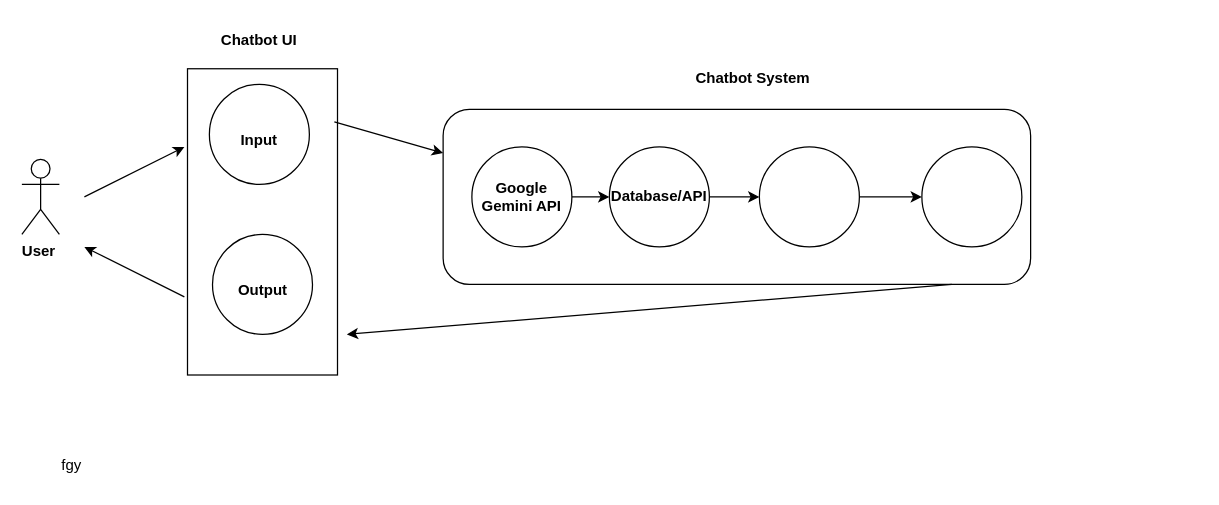
Before: uml.drawio in Ansh1803/Digram, a draw.io diagram. Source tidied: cells renumbered, new cells numbered last; positions are measured from the earlier drawing's top-left corner, leaving out a move shared by most shapes. Both pictures are drawn from the tidied source at 125%, with x=0, y=0 at pixel (21, 21).
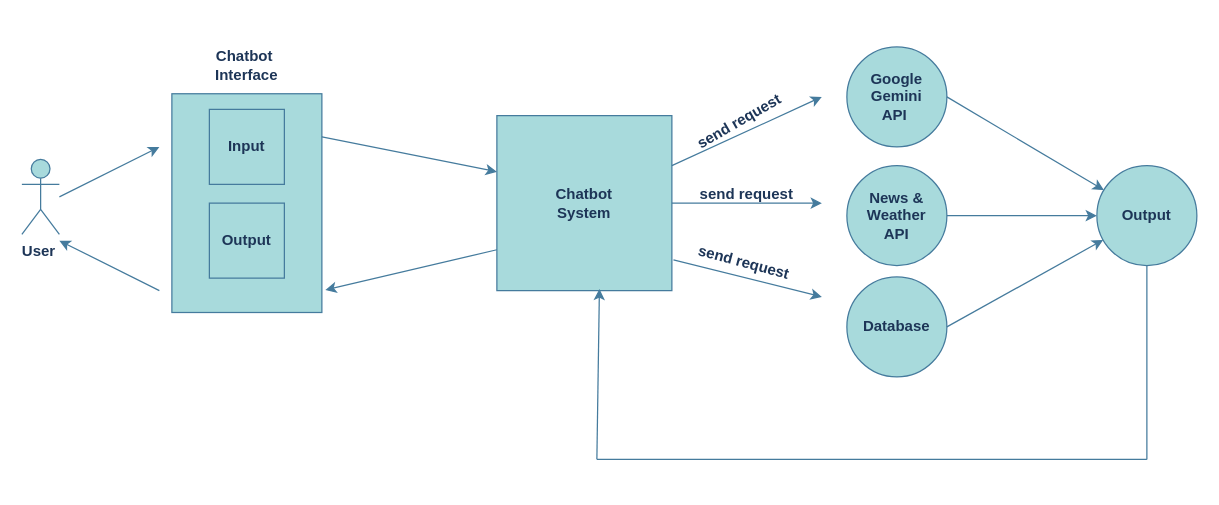
The same page after the edit.

Change to the diagram source:
```diff
@@
-    <mxCell id="2" value="&lt;b&gt;User&amp;nbsp;&lt;/b&gt;" style="shape=umlActor;verticalLabelPosition=bottom;verticalAlign=top;html=1;gradientColor=none;" parent="1" vertex="1">
+    <mxCell id="2" value="&lt;b&gt;User&amp;nbsp;&lt;/b&gt;" style="shape=umlActor;verticalLabelPosition=bottom;verticalAlign=top;html=1;labelBackgroundColor=none;fillColor=#A8DADC;strokeColor=#457B9D;fontColor=#1D3557;" parent="1" vertex="1">
       <mxGeometry y="110" width="30" height="60" as="geometry" />
     </mxCell>
-    <mxCell id="3" style="rounded=1;whiteSpace=wrap;html=1;" parent="1" vertex="1">
-      <mxGeometry x="337" y="70" width="470" height="140" as="geometry" />
-    </mxCell>
-    <mxCell id="4" style="edgeStyle=orthogonalEdgeStyle;rounded=0;jettySize=auto;html=1;" parent="1" edge="1" source="5" target="7">
-      <mxGeometry relative="1" as="geometry" />
-    </mxCell>
-    <mxCell id="5" style="ellipse;whiteSpace=wrap;html=1;" parent="1" vertex="1">
-      <mxGeometry x="360" y="100" width="80" height="80" as="geometry" />
-    </mxCell>
-    <mxCell id="6" style="edgeStyle=orthogonalEdgeStyle;rounded=0;jettySize=auto;html=1;" parent="1" edge="1" source="7" target="9">
-      <mxGeometry relative="1" as="geometry" />
-    </mxCell>
-    <mxCell id="7" style="ellipse;whiteSpace=wrap;html=1;" parent="1" vertex="1">
-      <mxGeometry x="470" y="100" width="80" height="80" as="geometry" />
-    </mxCell>
-    <mxCell id="8" style="edgeStyle=orthogonalEdgeStyle;rounded=0;jettySize=auto;html=1;" parent="1" edge="1" source="9" target="10">
-      <mxGeometry relative="1" as="geometry" />
-    </mxCell>
-    <mxCell id="9" style="ellipse;whiteSpace=wrap;html=1;" parent="1" vertex="1">
-      <mxGeometry x="590" y="100" width="80" height="80" as="geometry" />
-    </mxCell>
-    <mxCell id="10" style="ellipse;whiteSpace=wrap;html=1;" parent="1" vertex="1">
-      <mxGeometry x="720" y="100" width="80" height="80" as="geometry" />
-    </mxCell>
-    <mxCell id="11" style="endArrow=classic;html=1;rounded=0;" parent="1" edge="1">
+    <mxCell id="11" style="endArrow=classic;html=1;rounded=0;labelBackgroundColor=none;strokeColor=#457B9D;fontColor=default;" parent="1" edge="1">
       <mxGeometry relative="1" as="geometry">
-        <mxPoint x="50" y="140" as="sourcePoint" />
-        <mxPoint x="130" y="100" as="targetPoint" />
+        <mxPoint x="30" y="140" as="sourcePoint" />
+        <mxPoint x="110" y="100" as="targetPoint" />
       </mxGeometry>
     </mxCell>
-    <mxCell id="12" style="rounded=0;whiteSpace=wrap;html=1;rotation=90;" parent="1" vertex="1">
-      <mxGeometry x="70" y="100" width="245" height="120" as="geometry" />
-    </mxCell>
-    <mxCell id="13" style="ellipse;whiteSpace=wrap;html=1;" parent="1" vertex="1">
-      <mxGeometry x="150" y="50" width="80" height="80" as="geometry" />
-    </mxCell>
-    <mxCell id="14" style="ellipse;whiteSpace=wrap;html=1;" parent="1" vertex="1">
-      <mxGeometry x="152.5" y="170" width="80" height="80" as="geometry" />
-    </mxCell>
-    <mxCell id="15" style="endArrow=classic;html=1;rounded=0;" parent="1" edge="1">
+    <mxCell id="15" style="endArrow=classic;html=1;rounded=0;labelBackgroundColor=none;strokeColor=#457B9D;fontColor=default;" parent="1" edge="1">
       <mxGeometry relative="1" as="geometry">
-        <mxPoint x="130" y="220" as="sourcePoint" />
-        <mxPoint x="50" y="180" as="targetPoint" />
+        <mxPoint x="110" y="215" as="sourcePoint" />
+        <mxPoint x="30" y="175" as="targetPoint" />
       </mxGeometry>
     </mxCell>
+    <mxCell id="25" style="whiteSpace=wrap;html=1;strokeColor=#457B9D;fontColor=#1D3557;fillColor=#A8DADC;" parent="1" vertex="1">
+      <mxGeometry x="380" y="75" width="140" height="140" as="geometry" />
+    </mxCell>
+    <mxCell id="20" value="&lt;b&gt;Chatbot&lt;/b&gt;&lt;div&gt;&lt;b&gt;System&lt;/b&gt;&lt;/div&gt;" style="text;html=1;align=center;verticalAlign=middle;whiteSpace=wrap;rounded=0;fontColor=#1D3557;" parent="1" vertex="1">
+      <mxGeometry x="420" y="130" width="60" height="30" as="geometry" />
+    </mxCell>
+    <mxCell id="26" style="endArrow=classic;html=1;rounded=0;strokeColor=#457B9D;fontColor=#1D3557;fillColor=#A8DADC;exitX=1;exitY=0.5;exitDx=0;exitDy=0;entryX=0;entryY=0.321;entryDx=0;entryDy=0;entryPerimeter=0;" parent="1" edge="1" target="25">
+      <mxGeometry relative="1" as="geometry">
+        <mxPoint x="230" y="90" as="sourcePoint" />
+      </mxGeometry>
+    </mxCell>
+    <mxCell id="27" style="endArrow=classic;html=1;rounded=0;strokeColor=#457B9D;fontColor=#1D3557;fillColor=#A8DADC;entryX=1.023;entryY=0.897;entryDx=0;entryDy=0;entryPerimeter=0;" parent="1" edge="1" target="40">
+      <mxGeometry relative="1" as="geometry">
+        <mxPoint x="380" y="182.3" as="sourcePoint" />
+      </mxGeometry>
+    </mxCell>
+    <mxCell id="28" style="endArrow=classic;html=1;rounded=0;strokeColor=#457B9D;fontColor=#1D3557;fillColor=#A8DADC;" parent="1" edge="1">
+      <mxGeometry relative="1" as="geometry">
+        <mxPoint x="520" y="115" as="sourcePoint" />
+        <mxPoint x="640" y="60" as="targetPoint" />
+      </mxGeometry>
+    </mxCell>
+    <mxCell id="29" style="endArrow=classic;html=1;rounded=0;strokeColor=#457B9D;fontColor=#1D3557;fillColor=#A8DADC;exitX=1;exitY=0.5;exitDx=0;exitDy=0;" parent="1" edge="1" source="25">
+      <mxGeometry relative="1" as="geometry">
+        <mxPoint x="640" y="145" as="targetPoint" />
+      </mxGeometry>
+    </mxCell>
+    <mxCell id="30" style="endArrow=classic;html=1;rounded=0;strokeColor=#457B9D;fontColor=#1D3557;fillColor=#A8DADC;exitX=1.009;exitY=0.824;exitDx=0;exitDy=0;exitPerimeter=0;" parent="1" edge="1" source="25">
+      <mxGeometry relative="1" as="geometry">
+        <mxPoint x="640" y="220" as="targetPoint" />
+      </mxGeometry>
+    </mxCell>
+    <mxCell id="22" value="&lt;b&gt;Google&lt;/b&gt;&lt;div&gt;&lt;b&gt;Gemini&lt;/b&gt;&lt;/div&gt;&lt;div&gt;&lt;b&gt;API&amp;nbsp;&lt;/b&gt;&lt;/div&gt;" style="ellipse;whiteSpace=wrap;html=1;strokeColor=#457B9D;fontColor=#1D3557;fillColor=#A8DADC;" parent="1" vertex="1">
+      <mxGeometry x="660" y="20" width="80" height="80" as="geometry" />
+    </mxCell>
+    <mxCell id="31" style="edgeStyle=orthogonalEdgeStyle;rounded=0;jettySize=auto;html=1;strokeColor=#457B9D;fontColor=#1D3557;fillColor=#A8DADC;" parent="1" edge="1" source="32">
+      <mxGeometry relative="1" as="geometry">
+        <mxPoint x="860" y="155" as="targetPoint" />
+      </mxGeometry>
+    </mxCell>
+    <mxCell id="32" value="&lt;b&gt;News &amp;amp;&lt;/b&gt;&lt;div&gt;&lt;b&gt;Weather&lt;/b&gt;&lt;/div&gt;&lt;div&gt;&lt;b&gt;API&lt;/b&gt;&lt;/div&gt;" style="ellipse;whiteSpace=wrap;html=1;strokeColor=#457B9D;fontColor=#1D3557;fillColor=#A8DADC;" parent="1" vertex="1">
+      <mxGeometry x="660" y="115" width="80" height="80" as="geometry" />
+    </mxCell>
+    <mxCell id="33" value="&lt;b&gt;Database&lt;/b&gt;" style="ellipse;whiteSpace=wrap;html=1;strokeColor=#457B9D;fontColor=#1D3557;fillColor=#A8DADC;" parent="1" vertex="1">
+      <mxGeometry x="660" y="204" width="80" height="80" as="geometry" />
+    </mxCell>
+    <mxCell id="34" value="&lt;b&gt;Output&lt;/b&gt;" style="ellipse;whiteSpace=wrap;html=1;strokeColor=#457B9D;fontColor=#1D3557;fillColor=#A8DADC;" parent="1" vertex="1">
+      <mxGeometry x="860" y="115" width="80" height="80" as="geometry" />
+    </mxCell>
+    <mxCell id="35" style="endArrow=classic;html=1;rounded=0;strokeColor=#457B9D;fontColor=#1D3557;fillColor=#A8DADC;exitX=1;exitY=0.5;exitDx=0;exitDy=0;" parent="1" edge="1" source="33" target="34">
+      <mxGeometry relative="1" as="geometry" />
+    </mxCell>
+    <mxCell id="36" style="endArrow=classic;html=1;rounded=0;strokeColor=#457B9D;fontColor=#1D3557;fillColor=#A8DADC;exitX=1;exitY=0.5;exitDx=0;exitDy=0;" parent="1" edge="1" source="22" target="34">
+      <mxGeometry relative="1" as="geometry" />
+    </mxCell>
+    <mxCell id="37" style="endArrow=none;html=1;rounded=0;strokeColor=#457B9D;fontColor=#1D3557;fillColor=#A8DADC;" parent="1" edge="1">
+      <mxGeometry relative="1" as="geometry">
+        <mxPoint x="460" y="350" as="sourcePoint" />
+        <mxPoint x="900" y="350" as="targetPoint" />
+      </mxGeometry>
+    </mxCell>
+    <mxCell id="38" style="endArrow=none;html=1;rounded=0;strokeColor=#457B9D;fontColor=#1D3557;fillColor=#A8DADC;" parent="1" edge="1">
+      <mxGeometry relative="1" as="geometry">
+        <mxPoint x="900" y="350" as="sourcePoint" />
+        <mxPoint x="900" y="195" as="targetPoint" />
+      </mxGeometry>
+    </mxCell>
+    <mxCell id="39" style="endArrow=classic;html=1;rounded=0;strokeColor=#457B9D;fontColor=#1D3557;fillColor=#A8DADC;entryX=0.586;entryY=0.99;entryDx=0;entryDy=0;entryPerimeter=0;" parent="1" edge="1" target="25">
+      <mxGeometry relative="1" as="geometry">
+        <mxPoint x="460" y="350" as="sourcePoint" />
+      </mxGeometry>
+    </mxCell>
+    <mxCell id="40" style="rounded=0;whiteSpace=wrap;html=1;strokeColor=#457B9D;fontColor=#1D3557;fillColor=#A8DADC;" parent="1" vertex="1">
+      <mxGeometry x="120" y="57.5" width="120" height="175" as="geometry" />
+    </mxCell>
+    <mxCell id="41" value="&lt;b&gt;&lt;br&gt;&lt;/b&gt;&lt;div&gt;&lt;b&gt;send request&lt;/b&gt;&lt;/div&gt;" style="text;html=1;align=center;verticalAlign=middle;whiteSpace=wrap;rounded=0;fontColor=#1D3557;rotation=-30;" parent="1" vertex="1">
+      <mxGeometry x="530" y="57.5" width="80" height="30" as="geometry" />
+    </mxCell>
+    <mxCell id="42" value="&lt;b&gt;&lt;br&gt;&lt;/b&gt;&lt;div&gt;&lt;b&gt;send request&lt;/b&gt;&lt;/div&gt;" style="text;html=1;align=center;verticalAlign=middle;whiteSpace=wrap;rounded=0;fontColor=#1D3557;rotation=15;" parent="1" vertex="1">
+      <mxGeometry x="540" y="170" width="80" height="30" as="geometry" />
+    </mxCell>
+    <mxCell id="43" value="&lt;b&gt;&lt;br&gt;&lt;/b&gt;&lt;div&gt;&lt;b&gt;send request&lt;/b&gt;&lt;/div&gt;" style="text;html=1;align=center;verticalAlign=middle;whiteSpace=wrap;rounded=0;fontColor=#1D3557;rotation=0;" parent="1" vertex="1">
+      <mxGeometry x="540" y="115" width="80" height="30" as="geometry" />
+    </mxCell>
+    <mxCell id="44" value="&lt;b&gt;Chatbot&amp;nbsp;&lt;/b&gt;&lt;div&gt;&lt;b&gt;Interface&lt;/b&gt;&lt;/div&gt;" style="text;html=1;align=center;verticalAlign=middle;whiteSpace=wrap;rounded=0;fontColor=#1D3557;" parent="1" vertex="1">
+      <mxGeometry x="150" y="20" width="60" height="30" as="geometry" />
+    </mxCell>
-    <mxCell id="16" value="&lt;b&gt;Input&lt;/b&gt;" style="text;html=1;align=center;verticalAlign=middle;whiteSpace=wrap;rounded=0;" parent="1" vertex="1">
-      <mxGeometry x="160" y="80" width="60" height="30" as="geometry" />
+    <mxCell id="16" value="&lt;b&gt;Input&lt;/b&gt;" style="rounded=0;whiteSpace=wrap;html=1;strokeColor=#457B9D;fontColor=#1D3557;fillColor=#A8DADC;" parent="1" vertex="1">
+      <mxGeometry x="150" y="70" width="60" height="60" as="geometry" />
     </mxCell>
-    <mxCell id="17" value="&lt;b&gt;Output&lt;/b&gt;" style="text;html=1;align=center;verticalAlign=middle;whiteSpace=wrap;rounded=0;" parent="1" vertex="1">
-      <mxGeometry x="162.5" y="200" width="60" height="30" as="geometry" />
-    </mxCell>
-    <mxCell id="18" style="endArrow=classic;html=1;rounded=0;entryX=0;entryY=0.25;entryDx=0;entryDy=0;" parent="1" edge="1" target="3">
-      <mxGeometry relative="1" as="geometry">
-        <mxPoint x="250" y="80" as="sourcePoint" />
-      </mxGeometry>
-    </mxCell>
-    <mxCell id="19" style="endArrow=classic;html=1;rounded=0;" parent="1" edge="1">
-      <mxGeometry relative="1" as="geometry">
-        <mxPoint x="744" y="210" as="sourcePoint" />
-        <mxPoint x="260" y="250" as="targetPoint" />
-      </mxGeometry>
-    </mxCell>
-    <mxCell id="20" value="&lt;b&gt;Chatbot System&lt;/b&gt;" style="text;html=1;align=center;verticalAlign=middle;whiteSpace=wrap;rounded=0;" parent="1" vertex="1">
-      <mxGeometry x="530" y="30" width="110" height="30" as="geometry" />
-    </mxCell>
-    <mxCell id="21" value="&lt;b&gt;Chatbot UI&lt;/b&gt;" style="text;html=1;align=center;verticalAlign=middle;whiteSpace=wrap;rounded=0;" parent="1" vertex="1">
-      <mxGeometry x="140" width="100" height="30" as="geometry" />
-    </mxCell>
-    <mxCell id="22" value="&lt;b&gt;Google Gemini API&lt;/b&gt;" style="text;html=1;align=center;verticalAlign=middle;whiteSpace=wrap;rounded=0;" parent="1" vertex="1">
-      <mxGeometry x="365" y="125" width="70" height="30" as="geometry" />
-    </mxCell>
-    <mxCell id="23" value="&lt;b&gt;Database/API&lt;/b&gt;" style="text;html=1;align=center;verticalAlign=middle;whiteSpace=wrap;rounded=0;" parent="1" vertex="1">
-      <mxGeometry x="480" y="125" width="60" height="30" as="geometry" />
-    </mxCell>
-    <mxCell id="24" value="fgy" style="text;html=1;align=center;verticalAlign=middle;whiteSpace=wrap;rounded=0;" parent="1" vertex="1">
-      <mxGeometry x="10" y="340" width="60" height="30" as="geometry" />
-    </mxCell>
+    <mxCell id="45" value="&lt;b&gt;Output&lt;/b&gt;" style="rounded=0;whiteSpace=wrap;html=1;strokeColor=#457B9D;fontColor=#1D3557;fillColor=#A8DADC;" parent="1" vertex="1">
+      <mxGeometry x="150" y="145" width="60" height="60" as="geometry" />
+    </mxCell>
```
